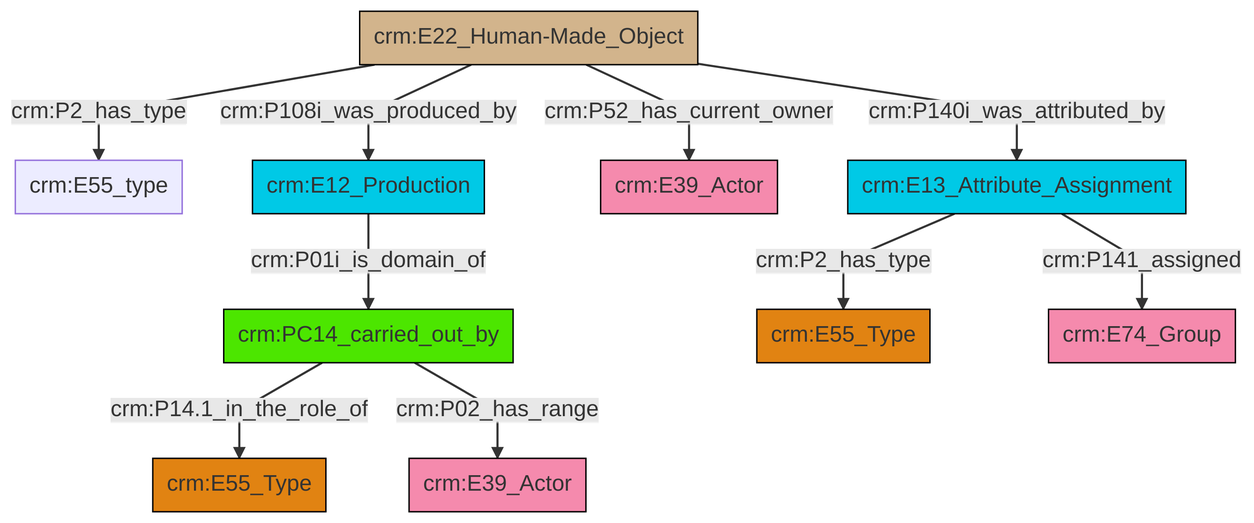
Before: et/builtWorkCSV/ttl/mmd/png/Built_Work_actor_relations.png, a diagram exported from Mermaid (swiss-art-research-net/reference-data-models). Its source is kept beside it as et/builtWorkCSV/ttl/mmd/Built_Work_actor_relations.ttl.mmd. The source it was exported from:
```mermaid
graph TD
classDef Literal fill:#f2f2f2,stroke:#000000;
classDef CRM_Entity fill:#FFFFFF,stroke:#000000;
classDef Temporal_Entity fill:#00C9E6, stroke:#000000;
classDef Type fill:#E18312, stroke:#000000;
classDef Time-Span fill:#2C9C91, stroke:#000000;
classDef Appellation fill:#FFEB7F, stroke:#000000;
classDef Place fill:#008836, stroke:#000000;
classDef Persistent_Item fill:#B266B2, stroke:#000000;
classDef Conceptual_Object fill:#FFD700, stroke:#000000;
classDef Physical_Thing fill:#D2B48C, stroke:#000000;
classDef Actor fill:#f58aad, stroke:#000000;
classDef PC_Classes fill:#4ce600, stroke:#000000;
classDef Multi fill:#cccccc,stroke:#000000;

6["crm:E22_Human-Made_Object"]:::Physical_Thing -->|crm:P2_has_type| 4["crm:E55_type"]:::Default
7["crm:PC14_carried_out_by"]:::PC_Classes -->|crm:P14.1_in_the_role_of| 2["crm:E55_Type"]:::Type
6["crm:E22_Human-Made_Object"]:::Physical_Thing -->|crm:P108i_was_produced_by| 8["crm:E12_Production"]:::Temporal_Entity
14["crm:E13_Attribute_Assignment"]:::Temporal_Entity -->|crm:P141_assigned| 15["crm:E74_Group"]:::Actor
6["crm:E22_Human-Made_Object"]:::Physical_Thing -->|crm:P52_has_current_owner| 9["crm:E39_Actor"]:::Actor
7["crm:PC14_carried_out_by"]:::PC_Classes -->|crm:P02_has_range| 0["crm:E39_Actor"]:::Actor
6["crm:E22_Human-Made_Object"]:::Physical_Thing -->|crm:P140i_was_attributed_by| 14["crm:E13_Attribute_Assignment"]:::Temporal_Entity
8["crm:E12_Production"]:::Temporal_Entity -->|crm:P01i_is_domain_of| 7["crm:PC14_carried_out_by"]:::PC_Classes
14["crm:E13_Attribute_Assignment"]:::Temporal_Entity -->|crm:P2_has_type| 11["crm:E55_Type"]:::Type
```
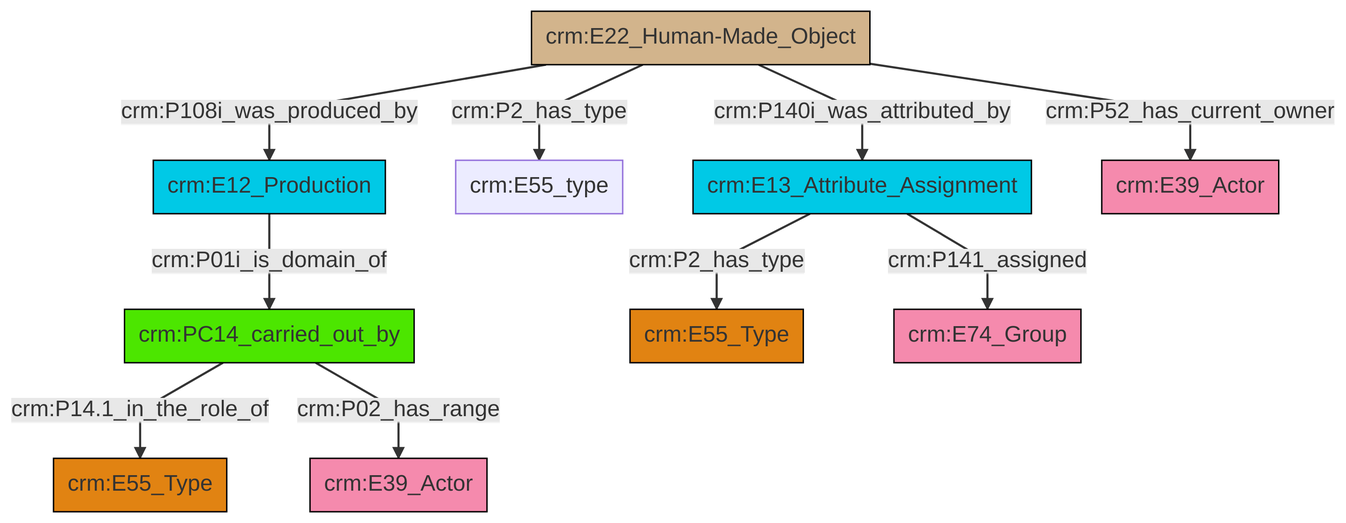
The same diagram one commit later.

Change to the diagram source:
```diff
@@ -13,12 +13,12 @@
 classDef PC_Classes fill:#4ce600, stroke:#000000;
 classDef Multi fill:#cccccc,stroke:#000000;
 
-6["crm:E22_Human-Made_Object"]:::Physical_Thing -->|crm:P2_has_type| 4["crm:E55_type"]:::Default
-7["crm:PC14_carried_out_by"]:::PC_Classes -->|crm:P14.1_in_the_role_of| 2["crm:E55_Type"]:::Type
-6["crm:E22_Human-Made_Object"]:::Physical_Thing -->|crm:P108i_was_produced_by| 8["crm:E12_Production"]:::Temporal_Entity
-14["crm:E13_Attribute_Assignment"]:::Temporal_Entity -->|crm:P141_assigned| 15["crm:E74_Group"]:::Actor
-6["crm:E22_Human-Made_Object"]:::Physical_Thing -->|crm:P52_has_current_owner| 9["crm:E39_Actor"]:::Actor
-7["crm:PC14_carried_out_by"]:::PC_Classes -->|crm:P02_has_range| 0["crm:E39_Actor"]:::Actor
-6["crm:E22_Human-Made_Object"]:::Physical_Thing -->|crm:P140i_was_attributed_by| 14["crm:E13_Attribute_Assignment"]:::Temporal_Entity
-8["crm:E12_Production"]:::Temporal_Entity -->|crm:P01i_is_domain_of| 7["crm:PC14_carried_out_by"]:::PC_Classes
-14["crm:E13_Attribute_Assignment"]:::Temporal_Entity -->|crm:P2_has_type| 11["crm:E55_Type"]:::Type
+6["crm:E22_Human-Made_Object"]:::Physical_Thing -->|crm:P108i_was_produced_by| 7["crm:E12_Production"]:::Temporal_Entity
+0["crm:PC14_carried_out_by"]:::PC_Classes -->|crm:P14.1_in_the_role_of| 4["crm:E55_Type"]:::Type
+0["crm:PC14_carried_out_by"]:::PC_Classes -->|crm:P02_has_range| 2["crm:E39_Actor"]:::Actor
+6["crm:E22_Human-Made_Object"]:::Physical_Thing -->|crm:P2_has_type| 8["crm:E55_type"]:::Default
+10["crm:E13_Attribute_Assignment"]:::Temporal_Entity -->|crm:P2_has_type| 11["crm:E55_Type"]:::Type
+7["crm:E12_Production"]:::Temporal_Entity -->|crm:P01i_is_domain_of| 0["crm:PC14_carried_out_by"]:::PC_Classes
+6["crm:E22_Human-Made_Object"]:::Physical_Thing -->|crm:P140i_was_attributed_by| 10["crm:E13_Attribute_Assignment"]:::Temporal_Entity
+10["crm:E13_Attribute_Assignment"]:::Temporal_Entity -->|crm:P141_assigned| 16["crm:E74_Group"]:::Actor
+6["crm:E22_Human-Made_Object"]:::Physical_Thing -->|crm:P52_has_current_owner| 12["crm:E39_Actor"]:::Actor
```
